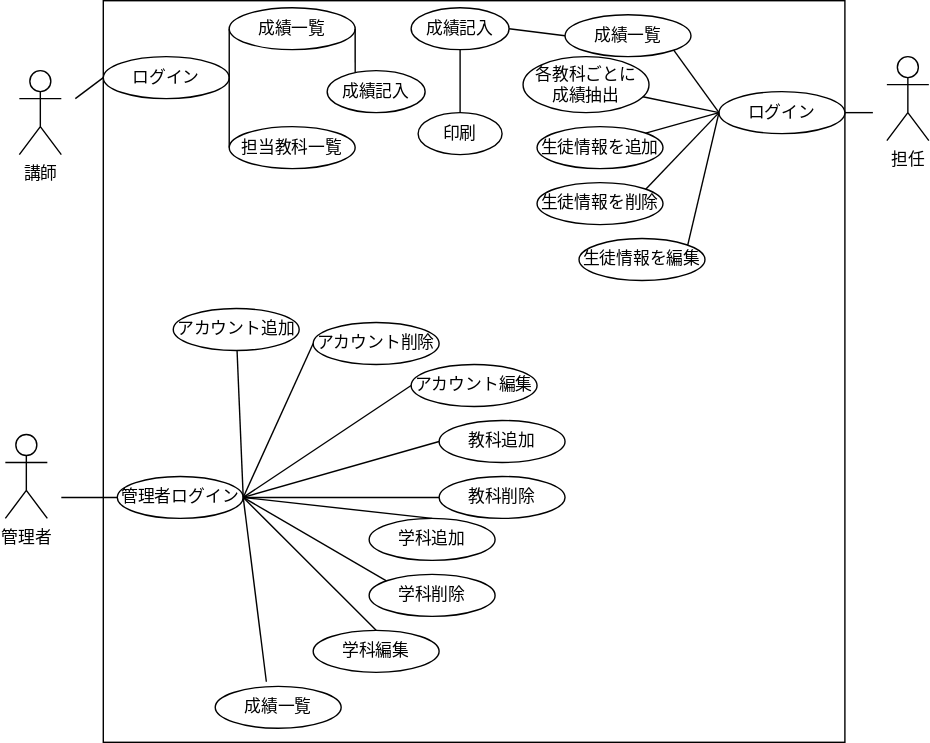
Earlier version of the draw.io export a.drawio.svg (nakamachiJP/uml-introduction). Source tidied: cells renumbered, new cells last; positions are measured from the earlier drawing's top-left corner, leaving out a move shared by most shapes.
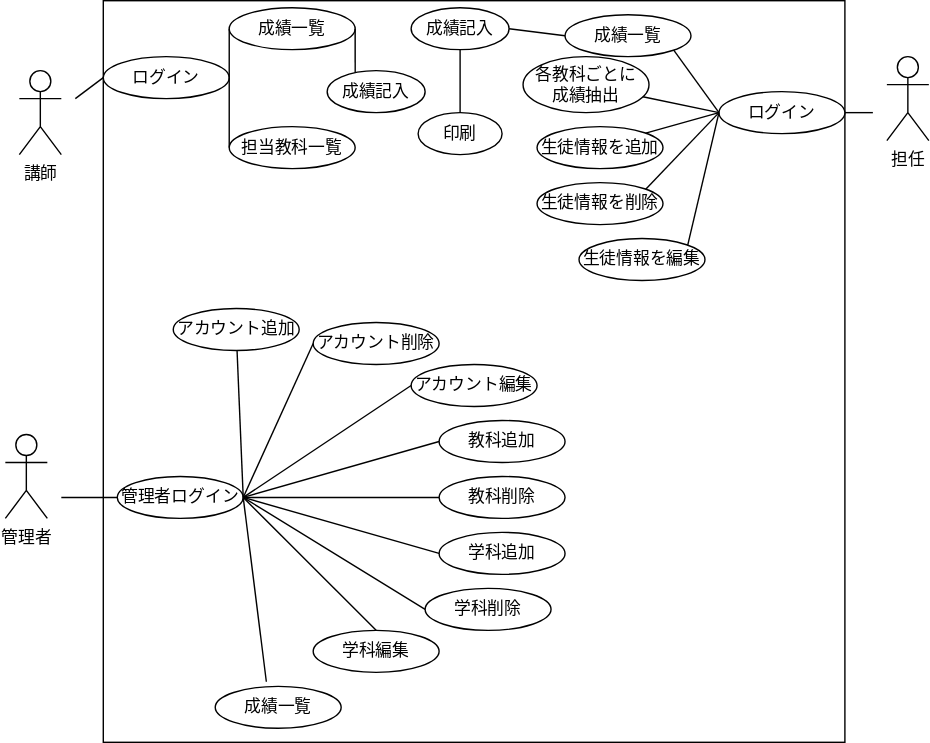
After the commit.

Change to the diagram source:
```diff
@@ -87,21 +87,21 @@
       <mxGeometry x="410" y="170" width="90" height="30" as="geometry" />
     </mxCell>
     <mxCell id="28" value="学科追加" style="ellipse;whiteSpace=wrap;html=1;" parent="1" vertex="1">
-      <mxGeometry x="260" y="370" width="90" height="30" as="geometry" />
+      <mxGeometry x="310" y="380" width="90" height="30" as="geometry" />
     </mxCell>
     <mxCell id="29" style="endArrow=none;html=1;entryX=0;entryY=0.5;entryDx=0;entryDy=0;exitX=1;exitY=0.5;exitDx=0;exitDy=0;" parent="1" edge="1" source="7" target="12">
       <mxGeometry relative="1" as="geometry" />
     </mxCell>
-    <mxCell id="30" style="endArrow=none;html=1;entryX=0.5;entryY=0;entryDx=0;entryDy=0;exitX=1;exitY=0.5;exitDx=0;exitDy=0;" parent="1" edge="1" source="7" target="28">
+    <mxCell id="30" style="endArrow=none;html=1;entryX=0;entryY=0.5;entryDx=0;entryDy=0;exitX=1;exitY=0.5;exitDx=0;exitDy=0;" parent="1" edge="1" source="7" target="28">
       <mxGeometry relative="1" as="geometry" />
     </mxCell>
     <mxCell id="31" value="学科削除" style="ellipse;whiteSpace=wrap;html=1;" parent="1" vertex="1">
-      <mxGeometry x="260" y="410" width="90" height="30" as="geometry" />
+      <mxGeometry x="300" y="420" width="90" height="30" as="geometry" />
     </mxCell>
     <mxCell id="32" value="学科編集" style="ellipse;whiteSpace=wrap;html=1;" parent="1" vertex="1">
       <mxGeometry x="220" y="450" width="90" height="30" as="geometry" />
     </mxCell>
-    <mxCell id="33" style="endArrow=none;html=1;exitX=1;exitY=0.5;exitDx=0;exitDy=0;entryX=0;entryY=0;entryDx=0;entryDy=0;" parent="1" edge="1" source="7" target="31">
+    <mxCell id="33" style="endArrow=none;html=1;exitX=1;exitY=0.5;exitDx=0;exitDy=0;entryX=0;entryY=0.5;entryDx=0;entryDy=0;" parent="1" edge="1" source="7" target="31">
       <mxGeometry relative="1" as="geometry" />
     </mxCell>
     <mxCell id="34" style="endArrow=none;html=1;exitX=1;exitY=0.5;exitDx=0;exitDy=0;entryX=0.5;entryY=0;entryDx=0;entryDy=0;" parent="1" edge="1" source="7" target="32">
```
